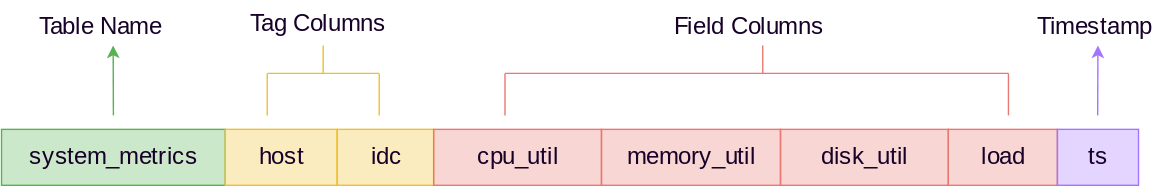
Earlier version of the draw.io export docs/public/time-series-data-model.svg (GreptimeTeam/docs). Source tidied: cells renumbered, new cells last; positions are measured from the earlier drawing's top-left corner, leaving out a move shared by most shapes. Its diagram source:
```xml
<mxGraphModel>
  <root>
    <mxCell id="0" />
    <mxCell id="1" parent="0" />
    <mxCell id="2" value="system_metrics" style="rounded=0;html=1;fillColor=#58B252;strokeColor=#58B252;fontSize=17;fillOpacity=30;fontColor=#170128;fontFamily=Courier Prime;fontStyle=0;spacing=2;fontSource=https%3A%2F%2Ffonts.googleapis.com%2Fcss%3Ffamily%3DCourier%2BPrime;" parent="1" vertex="1">
      <mxGeometry y="92" width="160" height="40" as="geometry" />
    </mxCell>
    <mxCell id="3" value="host" style="rounded=0;html=1;fillColor=#F0BF2F;strokeColor=#F0BF2F;fontSize=17;fontColor=#170128;fillOpacity=30;fontFamily=Courier Prime;fontStyle=0;spacing=2;fontSource=https%3A%2F%2Ffonts.googleapis.com%2Fcss%3Ffamily%3DCourier%2BPrime;" parent="1" vertex="1">
      <mxGeometry x="160" y="92" width="80" height="40" as="geometry" />
    </mxCell>
    <mxCell id="4" value="idc" style="rounded=0;html=1;fillColor=#F0BF2F;strokeColor=#F0BF2F;fontSize=17;fontColor=#170128;fillOpacity=30;fontFamily=Courier Prime;fontStyle=0;spacing=2;fontSource=https%3A%2F%2Ffonts.googleapis.com%2Fcss%3Ffamily%3DCourier%2BPrime;" parent="1" vertex="1">
      <mxGeometry x="240" y="92" width="69" height="40" as="geometry" />
    </mxCell>
    <mxCell id="5" value="cpu_util" style="rounded=0;html=1;fillColor=#E97872;strokeColor=#E97872;fontSize=17;fontColor=#170128;fillOpacity=30;fontFamily=Courier Prime;fontStyle=0;spacing=2;fontSource=https%3A%2F%2Ffonts.googleapis.com%2Fcss%3Ffamily%3DCourier%2BPrime;" parent="1" vertex="1">
      <mxGeometry x="309" y="92" width="120" height="40" as="geometry" />
    </mxCell>
    <mxCell id="6" value="memory_util" style="rounded=0;html=1;fillColor=#E97872;strokeColor=#E97872;fontSize=17;fontColor=#170128;fillOpacity=30;fontFamily=Courier Prime;fontStyle=0;spacing=2;fontSource=https%3A%2F%2Ffonts.googleapis.com%2Fcss%3Ffamily%3DCourier%2BPrime;" parent="1" vertex="1">
      <mxGeometry x="429" y="92" width="128" height="40" as="geometry" />
    </mxCell>
    <mxCell id="7" value="disk_util" style="rounded=0;html=1;fillColor=#E97872;strokeColor=#E97872;fontSize=17;fontColor=#170128;fillOpacity=30;fontFamily=Courier Prime;fontStyle=0;spacing=2;fontSource=https%3A%2F%2Ffonts.googleapis.com%2Fcss%3Ffamily%3DCourier%2BPrime;" parent="1" vertex="1">
      <mxGeometry x="557" y="92" width="120" height="40" as="geometry" />
    </mxCell>
    <mxCell id="8" value="load" style="rounded=0;html=1;fillColor=#E97872;strokeColor=#E97872;fontSize=17;fontColor=#170128;fillOpacity=30;fontFamily=Courier Prime;fontStyle=0;spacing=2;fontSource=https%3A%2F%2Ffonts.googleapis.com%2Fcss%3Ffamily%3DCourier%2BPrime;" parent="1" vertex="1">
      <mxGeometry x="677" y="92" width="78" height="40" as="geometry" />
    </mxCell>
    <mxCell id="9" value="ts" style="rounded=0;html=1;fillColor=#a376ff;strokeColor=#a376ff;fontSize=17;fontColor=#170128;fillOpacity=30;fontFamily=Courier Prime;fontStyle=0;spacing=2;fontSource=https%3A%2F%2Ffonts.googleapis.com%2Fcss%3Ffamily%3DCourier%2BPrime;" parent="1" vertex="1">
      <mxGeometry x="755" y="92" width="58" height="40" as="geometry" />
    </mxCell>
    <mxCell id="10" style="endArrow=classic;html=1;fontSize=16;fontColor=#170128;strokeColor=#58B252;fontFamily=Courier Prime;fontStyle=0;spacing=2;fontSource=https%3A%2F%2Ffonts.googleapis.com%2Fcss%3Ffamily%3DCourier%2BPrime;" parent="1" edge="1">
      <mxGeometry relative="1" as="geometry">
        <mxPoint x="80" y="82" as="sourcePoint" />
        <mxPoint x="79.8" y="32" as="targetPoint" />
      </mxGeometry>
    </mxCell>
    <mxCell id="11" value="Table Name" style="text;html=1;fontSize=17;fontColor=#170128;fontFamily=Courier Prime;fontStyle=0;spacing=2;fontSource=https%3A%2F%2Ffonts.googleapis.com%2Fcss%3Ffamily%3DCourier%2BPrime;" parent="1" vertex="1">
      <mxGeometry x="25" y="2" width="110" height="30" as="geometry" />
    </mxCell>
    <mxCell id="12" style="endArrow=none;html=1;fontSize=16;fontColor=#170128;strokeColor=#F0BF2F;labelPosition=center;verticalLabelPosition=top;align=center;verticalAlign=bottom;labelBackgroundColor=none;fontFamily=Courier Prime;fontStyle=0;spacing=2;fontSource=https%3A%2F%2Ffonts.googleapis.com%2Fcss%3Ffamily%3DCourier%2BPrime;endFill=0;" parent="1" edge="1">
      <mxGeometry relative="1" as="geometry">
        <mxPoint x="190" y="82" as="sourcePoint" />
        <mxPoint x="190" y="52" as="targetPoint" />
      </mxGeometry>
    </mxCell>
    <mxCell id="13" style="endArrow=none;html=1;fontSize=16;fontColor=#170128;strokeColor=#F0BF2F;labelPosition=center;verticalLabelPosition=top;align=center;verticalAlign=bottom;labelBackgroundColor=none;fontFamily=Courier Prime;fontStyle=0;spacing=2;fontSource=https%3A%2F%2Ffonts.googleapis.com%2Fcss%3Ffamily%3DCourier%2BPrime;endFill=0;" parent="1" edge="1">
      <mxGeometry relative="1" as="geometry">
        <mxPoint x="270.1" y="82" as="sourcePoint" />
        <mxPoint x="270.1" y="52" as="targetPoint" />
      </mxGeometry>
    </mxCell>
    <mxCell id="14" style="endArrow=none;html=1;fontSize=16;fontColor=#170128;strokeColor=#F0BF2F;labelPosition=center;verticalLabelPosition=top;align=center;verticalAlign=bottom;labelBackgroundColor=none;fontFamily=Courier Prime;fontStyle=0;spacing=2;fontSource=https%3A%2F%2Ffonts.googleapis.com%2Fcss%3Ffamily%3DCourier%2BPrime;endFill=0;" parent="1" edge="1">
      <mxGeometry relative="1" as="geometry">
        <mxPoint x="190.1" y="52" as="sourcePoint" />
        <mxPoint x="270.1" y="52" as="targetPoint" />
      </mxGeometry>
    </mxCell>
    <mxCell id="15" style="endArrow=none;html=1;fontSize=16;fontColor=#170128;strokeColor=#F0BF2F;labelPosition=center;verticalLabelPosition=top;align=center;verticalAlign=bottom;labelBackgroundColor=none;fontFamily=Courier Prime;fontStyle=0;spacing=2;fontSource=https%3A%2F%2Ffonts.googleapis.com%2Fcss%3Ffamily%3DCourier%2BPrime;endFill=0;" parent="1" edge="1">
      <mxGeometry relative="1" as="geometry">
        <mxPoint x="230" y="52" as="sourcePoint" />
        <mxPoint x="230" y="32" as="targetPoint" />
      </mxGeometry>
    </mxCell>
    <mxCell id="16" value="Tag Columns" style="text;html=1;fontSize=17;fontColor=#170128;fontFamily=Courier Prime;fontStyle=0;spacing=2;fontSource=https%3A%2F%2Ffonts.googleapis.com%2Fcss%3Ffamily%3DCourier%2BPrime;" parent="1" vertex="1">
      <mxGeometry x="176" width="110" height="30" as="geometry" />
    </mxCell>
    <mxCell id="17" style="endArrow=none;html=1;fontSize=16;fontColor=#170128;strokeColor=#E97872;labelPosition=center;verticalLabelPosition=top;align=center;verticalAlign=bottom;labelBackgroundColor=none;fontFamily=Courier Prime;fontStyle=0;spacing=2;fontSource=https%3A%2F%2Ffonts.googleapis.com%2Fcss%3Ffamily%3DCourier%2BPrime;endFill=0;" parent="1" edge="1">
      <mxGeometry relative="1" as="geometry">
        <mxPoint x="360" y="82" as="sourcePoint" />
        <mxPoint x="360" y="52" as="targetPoint" />
      </mxGeometry>
    </mxCell>
    <mxCell id="18" style="endArrow=none;html=1;fontSize=16;fontColor=#170128;strokeColor=#E97872;labelPosition=center;verticalLabelPosition=top;align=center;verticalAlign=bottom;labelBackgroundColor=none;fontFamily=Courier Prime;fontStyle=0;spacing=2;fontSource=https%3A%2F%2Ffonts.googleapis.com%2Fcss%3Ffamily%3DCourier%2BPrime;endFill=0;" parent="1" edge="1">
      <mxGeometry relative="1" as="geometry">
        <mxPoint x="720" y="82" as="sourcePoint" />
        <mxPoint x="720" y="52" as="targetPoint" />
      </mxGeometry>
    </mxCell>
    <mxCell id="19" style="endArrow=none;html=1;fontSize=16;fontColor=#170128;strokeColor=#E97872;labelPosition=center;verticalLabelPosition=top;align=center;verticalAlign=bottom;labelBackgroundColor=none;fontFamily=Courier Prime;fontStyle=0;spacing=2;fontSource=https%3A%2F%2Ffonts.googleapis.com%2Fcss%3Ffamily%3DCourier%2BPrime;endFill=0;" parent="1" edge="1">
      <mxGeometry relative="1" as="geometry">
        <mxPoint x="360.1" y="52" as="sourcePoint" />
        <mxPoint x="720" y="52" as="targetPoint" />
      </mxGeometry>
    </mxCell>
    <mxCell id="20" style="endArrow=none;html=1;fontSize=16;fontColor=#170128;strokeColor=#E97872;labelPosition=center;verticalLabelPosition=top;align=center;verticalAlign=bottom;labelBackgroundColor=none;fontFamily=Courier Prime;fontStyle=0;spacing=2;fontSource=https%3A%2F%2Ffonts.googleapis.com%2Fcss%3Ffamily%3DCourier%2BPrime;endFill=0;" parent="1" edge="1">
      <mxGeometry relative="1" as="geometry">
        <mxPoint x="544.3" y="52" as="sourcePoint" />
        <mxPoint x="544.3" y="32" as="targetPoint" />
      </mxGeometry>
    </mxCell>
    <mxCell id="21" value="Field Columns" style="text;html=1;fontSize=17;fontColor=#170128;fontFamily=Courier Prime;fontStyle=0;spacing=2;fontSource=https%3A%2F%2Ffonts.googleapis.com%2Fcss%3Ffamily%3DCourier%2BPrime;" parent="1" vertex="1">
      <mxGeometry x="479" y="2" width="131" height="30" as="geometry" />
    </mxCell>
    <mxCell id="22" style="endArrow=classic;html=1;fontSize=16;fontColor=#170128;strokeColor=#A376FF;fontFamily=Courier Prime;fontStyle=0;spacing=2;fontSource=https%3A%2F%2Ffonts.googleapis.com%2Fcss%3Ffamily%3DCourier%2BPrime;" parent="1" edge="1">
      <mxGeometry relative="1" as="geometry">
        <mxPoint x="783.8" y="82" as="sourcePoint" />
        <mxPoint x="784" y="32" as="targetPoint" />
      </mxGeometry>
    </mxCell>
    <mxCell id="23" value="Timestamp" style="text;html=1;fontSize=17;fontColor=#170128;fontFamily=Courier Prime;fontStyle=0;spacing=2;fontSource=https%3A%2F%2Ffonts.googleapis.com%2Fcss%3Ffamily%3DCourier%2BPrime;" parent="1" vertex="1">
      <mxGeometry x="739" y="2" width="90" height="30" as="geometry" />
    </mxCell>
  </root>
</mxGraphModel>
```
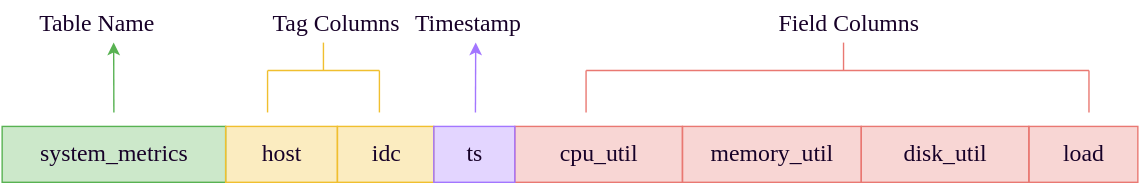
The same diagram one commit later.

Commit message:
fix: data model columns order

What changed in the source:
```diff
@@ -12,19 +12,19 @@
       <mxGeometry x="240" y="92" width="69" height="40" as="geometry" />
     </mxCell>
     <mxCell id="5" value="cpu_util" style="rounded=0;html=1;fillColor=#E97872;strokeColor=#E97872;fontSize=17;fontColor=#170128;fillOpacity=30;fontFamily=Courier Prime;fontStyle=0;spacing=2;fontSource=https%3A%2F%2Ffonts.googleapis.com%2Fcss%3Ffamily%3DCourier%2BPrime;" parent="1" vertex="1">
-      <mxGeometry x="309" y="92" width="120" height="40" as="geometry" />
+      <mxGeometry x="367" y="92" width="120" height="40" as="geometry" />
     </mxCell>
     <mxCell id="6" value="memory_util" style="rounded=0;html=1;fillColor=#E97872;strokeColor=#E97872;fontSize=17;fontColor=#170128;fillOpacity=30;fontFamily=Courier Prime;fontStyle=0;spacing=2;fontSource=https%3A%2F%2Ffonts.googleapis.com%2Fcss%3Ffamily%3DCourier%2BPrime;" parent="1" vertex="1">
-      <mxGeometry x="429" y="92" width="128" height="40" as="geometry" />
+      <mxGeometry x="487" y="92" width="128" height="40" as="geometry" />
     </mxCell>
     <mxCell id="7" value="disk_util" style="rounded=0;html=1;fillColor=#E97872;strokeColor=#E97872;fontSize=17;fontColor=#170128;fillOpacity=30;fontFamily=Courier Prime;fontStyle=0;spacing=2;fontSource=https%3A%2F%2Ffonts.googleapis.com%2Fcss%3Ffamily%3DCourier%2BPrime;" parent="1" vertex="1">
-      <mxGeometry x="557" y="92" width="120" height="40" as="geometry" />
+      <mxGeometry x="615" y="92" width="120" height="40" as="geometry" />
     </mxCell>
     <mxCell id="8" value="load" style="rounded=0;html=1;fillColor=#E97872;strokeColor=#E97872;fontSize=17;fontColor=#170128;fillOpacity=30;fontFamily=Courier Prime;fontStyle=0;spacing=2;fontSource=https%3A%2F%2Ffonts.googleapis.com%2Fcss%3Ffamily%3DCourier%2BPrime;" parent="1" vertex="1">
-      <mxGeometry x="677" y="92" width="78" height="40" as="geometry" />
+      <mxGeometry x="735" y="92" width="78" height="40" as="geometry" />
     </mxCell>
     <mxCell id="9" value="ts" style="rounded=0;html=1;fillColor=#a376ff;strokeColor=#a376ff;fontSize=17;fontColor=#170128;fillOpacity=30;fontFamily=Courier Prime;fontStyle=0;spacing=2;fontSource=https%3A%2F%2Ffonts.googleapis.com%2Fcss%3Ffamily%3DCourier%2BPrime;" parent="1" vertex="1">
-      <mxGeometry x="755" y="92" width="58" height="40" as="geometry" />
+      <mxGeometry x="309" y="92" width="58" height="40" as="geometry" />
     </mxCell>
     <mxCell id="10" style="endArrow=classic;html=1;fontSize=16;fontColor=#170128;strokeColor=#58B252;fontFamily=Courier Prime;fontStyle=0;spacing=2;fontSource=https%3A%2F%2Ffonts.googleapis.com%2Fcss%3Ffamily%3DCourier%2BPrime;" parent="1" edge="1">
       <mxGeometry relative="1" as="geometry">
@@ -59,44 +59,44 @@
         <mxPoint x="230" y="32" as="targetPoint" />
       </mxGeometry>
     </mxCell>
-    <mxCell id="16" value="Tag Columns" style="text;html=1;fontSize=17;fontColor=#170128;fontFamily=Courier Prime;fontStyle=0;spacing=2;fontSource=https%3A%2F%2Ffonts.googleapis.com%2Fcss%3Ffamily%3DCourier%2BPrime;" parent="1" vertex="1">
-      <mxGeometry x="176" width="110" height="30" as="geometry" />
+    <mxCell id="16" value="Tag Columns" style="text;html=1;fontSize=17;fontColor=#170128;fontFamily=Courier Prime;fontStyle=0;spacing=2;fontSource=https%3A%2F%2Ffonts.googleapis.com%2Fcss%3Ffamily%3DCourier%2BPrime;align=center;" parent="1" vertex="1">
+      <mxGeometry x="184" y="2" width="110" height="30" as="geometry" />
     </mxCell>
     <mxCell id="17" style="endArrow=none;html=1;fontSize=16;fontColor=#170128;strokeColor=#E97872;labelPosition=center;verticalLabelPosition=top;align=center;verticalAlign=bottom;labelBackgroundColor=none;fontFamily=Courier Prime;fontStyle=0;spacing=2;fontSource=https%3A%2F%2Ffonts.googleapis.com%2Fcss%3Ffamily%3DCourier%2BPrime;endFill=0;" parent="1" edge="1">
       <mxGeometry relative="1" as="geometry">
-        <mxPoint x="360" y="82" as="sourcePoint" />
-        <mxPoint x="360" y="52" as="targetPoint" />
+        <mxPoint x="418" y="82" as="sourcePoint" />
+        <mxPoint x="418" y="52" as="targetPoint" />
       </mxGeometry>
     </mxCell>
     <mxCell id="18" style="endArrow=none;html=1;fontSize=16;fontColor=#170128;strokeColor=#E97872;labelPosition=center;verticalLabelPosition=top;align=center;verticalAlign=bottom;labelBackgroundColor=none;fontFamily=Courier Prime;fontStyle=0;spacing=2;fontSource=https%3A%2F%2Ffonts.googleapis.com%2Fcss%3Ffamily%3DCourier%2BPrime;endFill=0;" parent="1" edge="1">
       <mxGeometry relative="1" as="geometry">
-        <mxPoint x="720" y="82" as="sourcePoint" />
-        <mxPoint x="720" y="52" as="targetPoint" />
+        <mxPoint x="778" y="82" as="sourcePoint" />
+        <mxPoint x="778" y="52" as="targetPoint" />
       </mxGeometry>
     </mxCell>
     <mxCell id="19" style="endArrow=none;html=1;fontSize=16;fontColor=#170128;strokeColor=#E97872;labelPosition=center;verticalLabelPosition=top;align=center;verticalAlign=bottom;labelBackgroundColor=none;fontFamily=Courier Prime;fontStyle=0;spacing=2;fontSource=https%3A%2F%2Ffonts.googleapis.com%2Fcss%3Ffamily%3DCourier%2BPrime;endFill=0;" parent="1" edge="1">
       <mxGeometry relative="1" as="geometry">
-        <mxPoint x="360.1" y="52" as="sourcePoint" />
-        <mxPoint x="720" y="52" as="targetPoint" />
+        <mxPoint x="418.1" y="52" as="sourcePoint" />
+        <mxPoint x="778" y="52" as="targetPoint" />
       </mxGeometry>
     </mxCell>
     <mxCell id="20" style="endArrow=none;html=1;fontSize=16;fontColor=#170128;strokeColor=#E97872;labelPosition=center;verticalLabelPosition=top;align=center;verticalAlign=bottom;labelBackgroundColor=none;fontFamily=Courier Prime;fontStyle=0;spacing=2;fontSource=https%3A%2F%2Ffonts.googleapis.com%2Fcss%3Ffamily%3DCourier%2BPrime;endFill=0;" parent="1" edge="1">
       <mxGeometry relative="1" as="geometry">
-        <mxPoint x="544.3" y="52" as="sourcePoint" />
-        <mxPoint x="544.3" y="32" as="targetPoint" />
+        <mxPoint x="602.3" y="52" as="sourcePoint" />
+        <mxPoint x="602.3" y="32" as="targetPoint" />
       </mxGeometry>
     </mxCell>
-    <mxCell id="21" value="Field Columns" style="text;html=1;fontSize=17;fontColor=#170128;fontFamily=Courier Prime;fontStyle=0;spacing=2;fontSource=https%3A%2F%2Ffonts.googleapis.com%2Fcss%3Ffamily%3DCourier%2BPrime;" parent="1" vertex="1">
-      <mxGeometry x="479" y="2" width="131" height="30" as="geometry" />
+    <mxCell id="21" value="Field Columns" style="text;html=1;fontSize=17;fontColor=#170128;fontFamily=Courier Prime;fontStyle=0;spacing=2;fontSource=https%3A%2F%2Ffonts.googleapis.com%2Fcss%3Ffamily%3DCourier%2BPrime;align=center;" parent="1" vertex="1">
+      <mxGeometry x="540" y="2" width="131" height="30" as="geometry" />
     </mxCell>
     <mxCell id="22" style="endArrow=classic;html=1;fontSize=16;fontColor=#170128;strokeColor=#A376FF;fontFamily=Courier Prime;fontStyle=0;spacing=2;fontSource=https%3A%2F%2Ffonts.googleapis.com%2Fcss%3Ffamily%3DCourier%2BPrime;" parent="1" edge="1">
       <mxGeometry relative="1" as="geometry">
-        <mxPoint x="783.8" y="82" as="sourcePoint" />
-        <mxPoint x="784" y="32" as="targetPoint" />
+        <mxPoint x="338.8" y="82" as="sourcePoint" />
+        <mxPoint x="339" y="32" as="targetPoint" />
       </mxGeometry>
     </mxCell>
     <mxCell id="23" value="Timestamp" style="text;html=1;fontSize=17;fontColor=#170128;fontFamily=Courier Prime;fontStyle=0;spacing=2;fontSource=https%3A%2F%2Ffonts.googleapis.com%2Fcss%3Ffamily%3DCourier%2BPrime;" parent="1" vertex="1">
-      <mxGeometry x="739" y="2" width="90" height="30" as="geometry" />
+      <mxGeometry x="294" y="2" width="90" height="30" as="geometry" />
     </mxCell>
   </root>
 </mxGraphModel>
```
